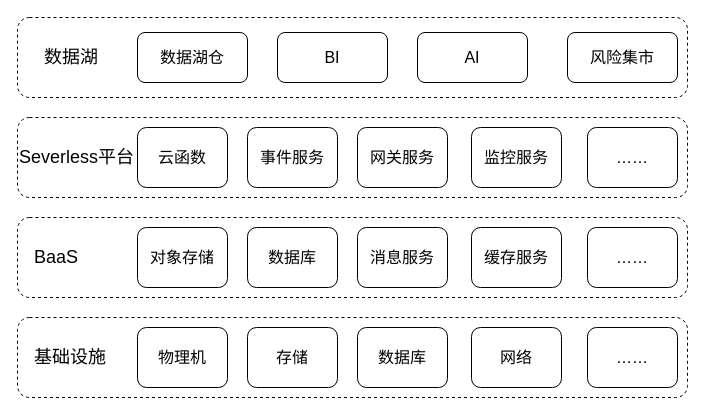
Before: 函数计算数据湖2.drawio in punnpkin/new, a draw.io diagram. Source tidied: cells renumbered, new cells numbered last; positions are measured from the earlier drawing's top-left corner, leaving out a move shared by most shapes. Both pictures are drawn from the tidied source at 100%, with x=0, y=0 at pixel (17, 17).
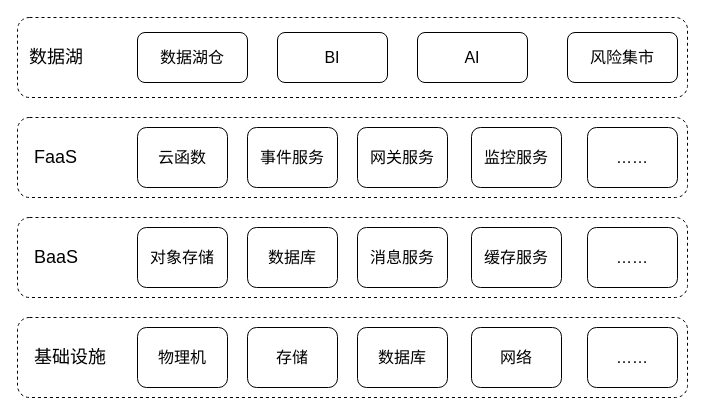
The same page after the edit.

Commit message:
更新函数计算数据湖2.drawio

The edit, as a diff of the source:
```diff
@@
-    <mxCell id="2" value="&amp;nbsp; &amp;nbsp; &amp;nbsp;数据湖" style="rounded=1;whiteSpace=wrap;html=1;fontSize=18;verticalAlign=middle;align=left;dashed=1;" parent="1" vertex="1">
+    <mxCell id="2" value="&amp;nbsp; 数据湖" style="rounded=1;whiteSpace=wrap;html=1;fontSize=18;verticalAlign=middle;align=left;dashed=1;" parent="1" vertex="1">
       <mxGeometry width="670" height="80" as="geometry" />
     </mxCell>
-    <mxCell id="3" value="Severless平台" style="rounded=1;whiteSpace=wrap;html=1;fontSize=18;dashed=1;align=left;" parent="1" vertex="1">
+    <mxCell id="3" value="&amp;nbsp; &amp;nbsp;FaaS" style="rounded=1;whiteSpace=wrap;html=1;fontSize=18;dashed=1;align=left;" parent="1" vertex="1">
       <mxGeometry y="100" width="670" height="80" as="geometry" />
     </mxCell>
```
